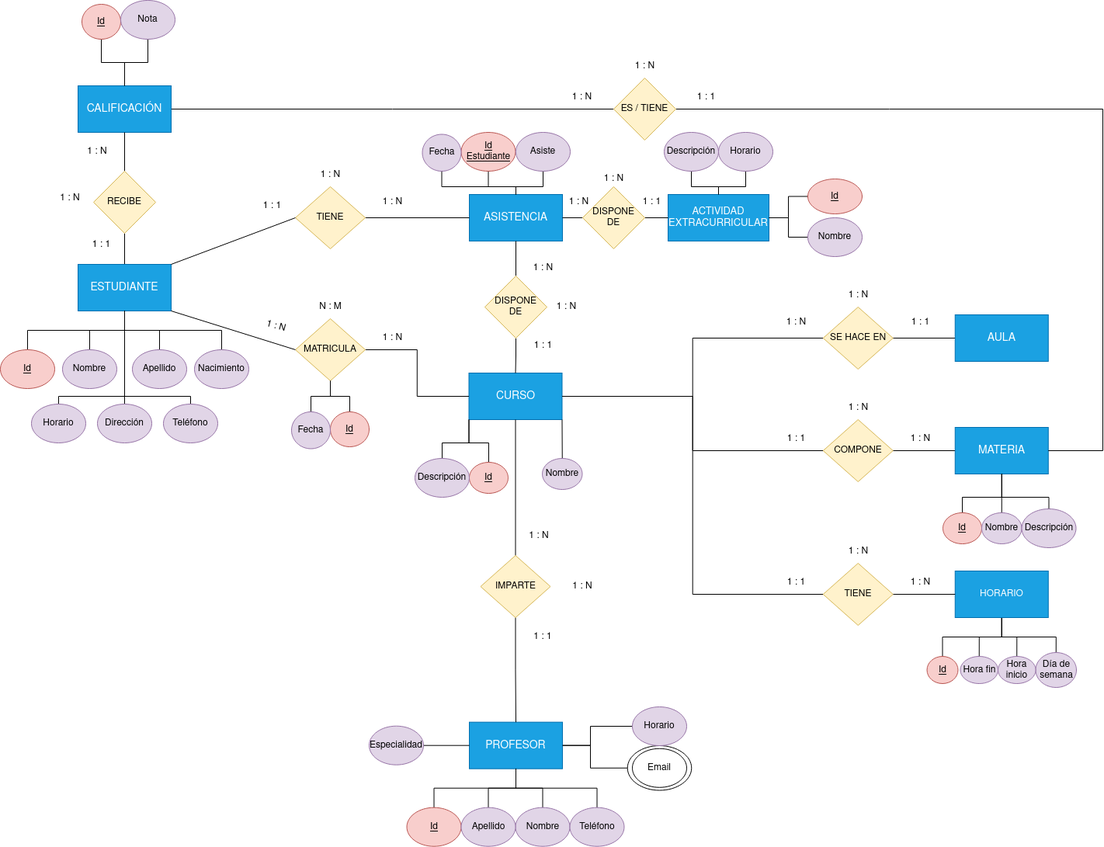
This is Unidad-2/Tareas-entregables/Entregable-1/images/Diagrama-entregable-1.png from IsaiasTolP/Base-Datos, a draw.io export, as it was before one commit. Source tidied: cells renumbered, new cells last; positions are measured from the earlier drawing's top-left corner, leaving out a move shared by most shapes.
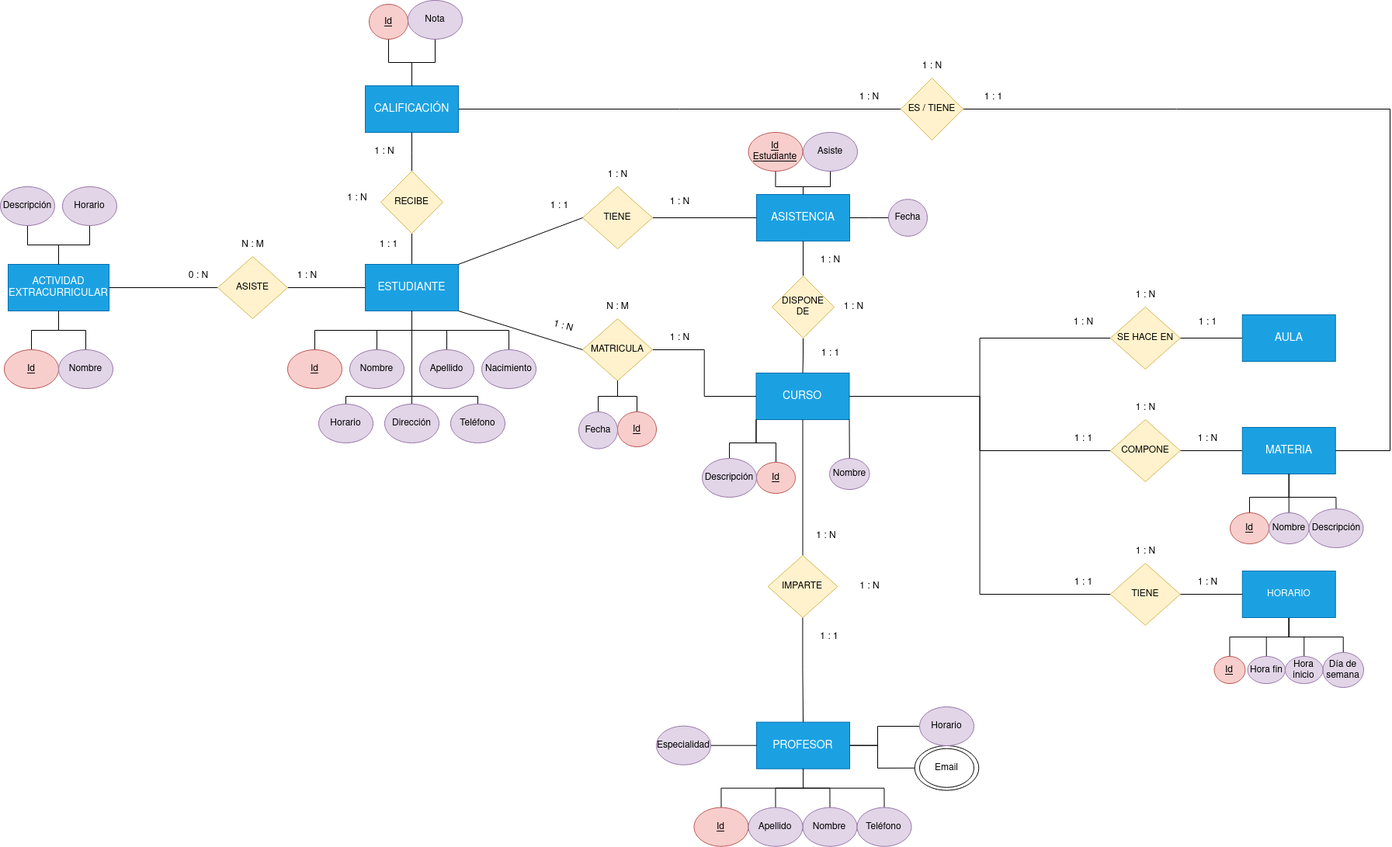
Above is the later version.

Change to the diagram source:
```diff
@@ -50,7 +50,7 @@
       <mxGeometry x="604" y="250" width="120" height="60" as="geometry" />
     </mxCell>
     <mxCell id="16" value="ACTIVIDAD EXTRACURRICULAR" style="rounded=0;whiteSpace=wrap;html=1;fontSize=13;fillColor=#1ba1e2;fontColor=#ffffff;strokeColor=#006EAF;" parent="1" vertex="1">
-      <mxGeometry x="860" y="250" width="130" height="60" as="geometry" />
+      <mxGeometry x="-360" y="340" width="130" height="60" as="geometry" />
     </mxCell>
     <mxCell id="17" style="edgeStyle=orthogonalEdgeStyle;rounded=0;jettySize=auto;html=1;endArrow=none;endFill=0;" parent="1" edge="1" source="18" target="7">
       <mxGeometry relative="1" as="geometry" />
@@ -58,6 +58,15 @@
     <mxCell id="18" value="MATRICULA" style="rhombus;whiteSpace=wrap;html=1;fillColor=#fff2cc;strokeColor=#d6b656;" parent="1" vertex="1">
       <mxGeometry x="380" y="410" width="90" height="80" as="geometry" />
     </mxCell>
+    <mxCell id="143" style="edgeStyle=orthogonalEdgeStyle;rounded=0;jettySize=auto;html=1;endArrow=none;endFill=0;" parent="1" edge="1" source="145" target="5">
+      <mxGeometry relative="1" as="geometry" />
+    </mxCell>
+    <mxCell id="144" style="edgeStyle=orthogonalEdgeStyle;rounded=0;jettySize=auto;html=1;endArrow=none;endFill=0;" parent="1" edge="1" source="145" target="16">
+      <mxGeometry relative="1" as="geometry" />
+    </mxCell>
+    <mxCell id="145" value="ASISTE" style="rhombus;whiteSpace=wrap;html=1;fillColor=#fff2cc;strokeColor=#d6b656;" parent="1" vertex="1">
+      <mxGeometry x="-90" y="330" width="90" height="80" as="geometry" />
+    </mxCell>
     <mxCell id="19" style="edgeStyle=orthogonalEdgeStyle;rounded=0;jettySize=auto;html=1;exitX=1;exitY=0.5;exitDx=0;exitDy=0;entryX=1;entryY=0.5;entryDx=0;entryDy=0;endArrow=none;endFill=0;" parent="1" edge="1" source="20" target="10">
       <mxGeometry relative="1" as="geometry">
         <Array as="points">
@@ -416,13 +425,13 @@
       <mxGeometry x="400" y="210" width="50" height="30" as="geometry" />
     </mxCell>
     <mxCell id="120" value="1 : N" style="text;html=1;align=center;verticalAlign=middle;strokeColor=none;fillColor=none;" parent="1" vertex="1">
-      <mxGeometry x="720" y="245" width="50" height="30" as="geometry" />
+      <mxGeometry x="674" y="320" width="50" height="30" as="geometry" />
     </mxCell>
     <mxCell id="121" value="1 : 1" style="text;html=1;align=center;verticalAlign=middle;strokeColor=none;fillColor=none;" parent="1" vertex="1">
-      <mxGeometry x="674" y="430" width="50" height="30" as="geometry" />
+      <mxGeometry x="674" y="440" width="50" height="30" as="geometry" />
     </mxCell>
     <mxCell id="122" value="1 : N" style="text;html=1;align=center;verticalAlign=middle;strokeColor=none;fillColor=none;" parent="1" vertex="1">
-      <mxGeometry x="674" y="330" width="50" height="30" as="geometry" />
+      <mxGeometry x="704" y="380" width="50" height="30" as="geometry" />
     </mxCell>
     <mxCell id="123" style="edgeStyle=orthogonalEdgeStyle;rounded=0;jettySize=auto;html=1;endArrow=none;endFill=0;" parent="1" edge="1" source="124" target="15">
       <mxGeometry relative="1" as="geometry" />
@@ -437,57 +446,43 @@
       <mxGeometry x="664" y="170" width="70" height="50" as="geometry" />
     </mxCell>
     <mxCell id="127" style="edgeStyle=orthogonalEdgeStyle;rounded=0;jettySize=auto;html=1;endArrow=none;endFill=0;" parent="1" edge="1" source="128" target="15">
-      <mxGeometry relative="1" as="geometry">
-        <Array as="points">
-          <mxPoint x="569" y="240" />
-          <mxPoint x="664" y="240" />
-        </Array>
-      </mxGeometry>
+      <mxGeometry relative="1" as="geometry" />
     </mxCell>
     <mxCell id="128" value="Fecha" style="ellipse;whiteSpace=wrap;html=1;direction=west;fillColor=#e1d5e7;strokeColor=#9673a6;" parent="1" vertex="1">
-      <mxGeometry x="543.5" y="172.5" width="50" height="47.5" as="geometry" />
+      <mxGeometry x="774" y="256.2" width="50" height="47.5" as="geometry" />
     </mxCell>
+    <mxCell id="146" value="1 : N" style="text;html=1;align=center;verticalAlign=middle;strokeColor=none;fillColor=none;" parent="1" vertex="1">
+      <mxGeometry y="340" width="50" height="30" as="geometry" />
+    </mxCell>
+    <mxCell id="147" value="0 : N" style="text;html=1;align=center;verticalAlign=middle;strokeColor=none;fillColor=none;" parent="1" vertex="1">
+      <mxGeometry x="-140" y="340" width="50" height="30" as="geometry" />
+    </mxCell>
+    <mxCell id="148" value="N : M" style="text;html=1;align=center;verticalAlign=middle;strokeColor=none;fillColor=none;" parent="1" vertex="1">
+      <mxGeometry x="-70" y="300" width="50" height="30" as="geometry" />
+    </mxCell>
     <mxCell id="129" style="edgeStyle=orthogonalEdgeStyle;rounded=0;jettySize=auto;html=1;endArrow=none;endFill=0;" parent="1" edge="1" source="130" target="16">
       <mxGeometry relative="1" as="geometry" />
     </mxCell>
     <mxCell id="130" value="Id" style="ellipse;whiteSpace=wrap;html=1;fillColor=#f8cecc;strokeColor=#b85450;fontStyle=4;" parent="1" vertex="1">
-      <mxGeometry x="1040" y="230" width="70" height="45" as="geometry" />
+      <mxGeometry x="-365" y="450" width="70" height="50" as="geometry" />
     </mxCell>
     <mxCell id="131" style="edgeStyle=orthogonalEdgeStyle;rounded=0;jettySize=auto;html=1;endArrow=none;endFill=0;" parent="1" edge="1" source="132" target="16">
       <mxGeometry relative="1" as="geometry" />
     </mxCell>
     <mxCell id="132" value="Nombre" style="ellipse;whiteSpace=wrap;html=1;fillColor=#e1d5e7;strokeColor=#9673a6;" parent="1" vertex="1">
-      <mxGeometry x="1040" y="280" width="70" height="50" as="geometry" />
+      <mxGeometry x="-295" y="450" width="70" height="50" as="geometry" />
     </mxCell>
     <mxCell id="133" style="edgeStyle=orthogonalEdgeStyle;rounded=0;jettySize=auto;html=1;endArrow=none;endFill=0;" parent="1" edge="1" source="134" target="16">
       <mxGeometry relative="1" as="geometry" />
     </mxCell>
     <mxCell id="134" value="Descripción" style="ellipse;whiteSpace=wrap;html=1;fillColor=#e1d5e7;strokeColor=#9673a6;" parent="1" vertex="1">
-      <mxGeometry x="855" y="170" width="70" height="50" as="geometry" />
+      <mxGeometry x="-370" y="240" width="70" height="50" as="geometry" />
     </mxCell>
     <mxCell id="135" style="edgeStyle=orthogonalEdgeStyle;rounded=0;jettySize=auto;html=1;endArrow=none;endFill=0;" parent="1" edge="1" source="136" target="16">
       <mxGeometry relative="1" as="geometry" />
     </mxCell>
     <mxCell id="136" value="Horario" style="ellipse;whiteSpace=wrap;html=1;fillColor=#e1d5e7;strokeColor=#9673a6;" parent="1" vertex="1">
-      <mxGeometry x="925" y="170" width="70" height="50" as="geometry" />
+      <mxGeometry x="-290" y="240" width="70" height="50" as="geometry" />
     </mxCell>
-    <mxCell id="137" style="edgeStyle=orthogonalEdgeStyle;rounded=0;jettySize=auto;html=1;endArrow=none;endFill=0;" parent="1" edge="1" source="139" target="15">
-      <mxGeometry relative="1" as="geometry" />
-    </mxCell>
-    <mxCell id="138" style="edgeStyle=orthogonalEdgeStyle;rounded=0;jettySize=auto;html=1;endArrow=none;endFill=0;" parent="1" edge="1" source="139" target="16">
-      <mxGeometry relative="1" as="geometry" />
-    </mxCell>
-    <mxCell id="139" value="DISPONE &lt;br&gt;DE" style="rhombus;whiteSpace=wrap;html=1;fillColor=#fff2cc;strokeColor=#d6b656;" parent="1" vertex="1">
-      <mxGeometry x="750" y="240" width="80" height="80" as="geometry" />
-    </mxCell>
-    <mxCell id="140" value="1 : 1" style="text;html=1;align=center;verticalAlign=middle;strokeColor=none;fillColor=none;" parent="1" vertex="1">
-      <mxGeometry x="814" y="245" width="50" height="30" as="geometry" />
-    </mxCell>
-    <mxCell id="141" value="1 : N" style="text;html=1;align=center;verticalAlign=middle;strokeColor=none;fillColor=none;" parent="1" vertex="1">
-      <mxGeometry x="704" y="380" width="50" height="30" as="geometry" />
-    </mxCell>
-    <mxCell id="142" value="1 : N" style="text;html=1;align=center;verticalAlign=middle;strokeColor=none;fillColor=none;" parent="1" vertex="1">
-      <mxGeometry x="765" y="215" width="50" height="30" as="geometry" />
-    </mxCell>
   </root>
 </mxGraphModel>
```
